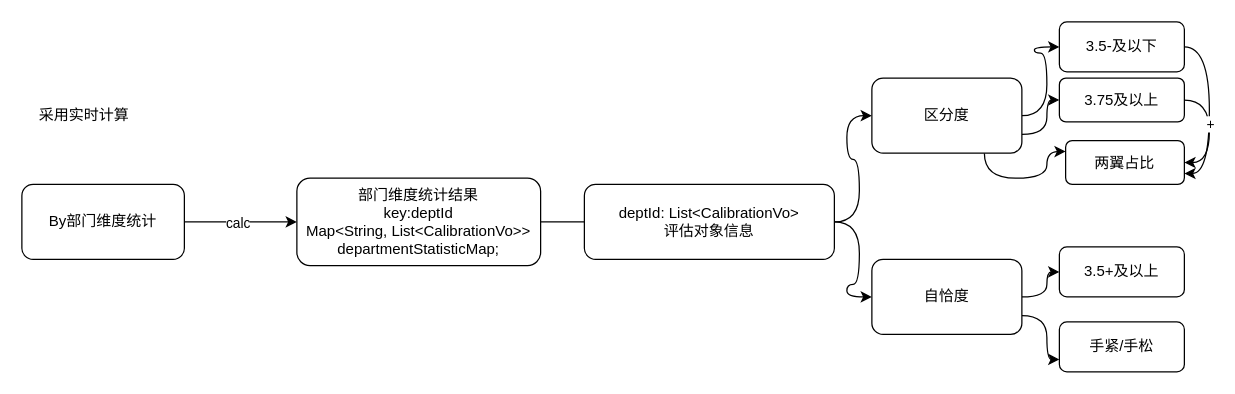
Above: page "第 8 页" (8 of 8) of Untitled Diagram.drawio in JnCaoxia/java-learn (draw.io), before the change. Source tidied: cells renumbered, new cells numbered last; positions are measured from the earlier drawing's top-left corner, leaving out a move shared by most shapes. Both pictures are drawn from the tidied source at 125%, with x=0, y=0 at pixel (21, 21).
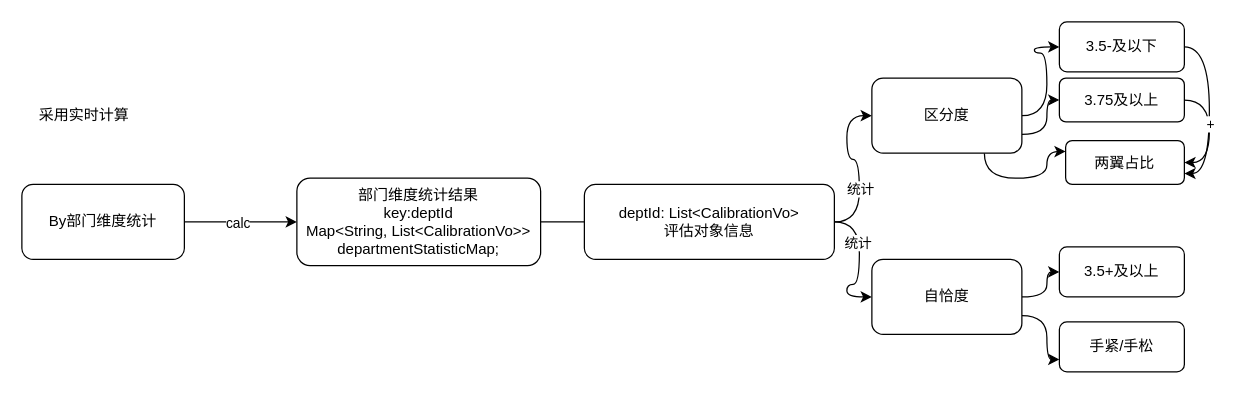
After the change.

Unchanged cells that the change refers to:
```xml
<mxCell id="7" style="edgeStyle=orthogonalEdgeStyle;curved=1;rounded=0;jettySize=auto;html=1;exitX=1;exitY=0.5;exitDx=0;exitDy=0;entryX=0;entryY=0.5;entryDx=0;entryDy=0;" parent="1" edge="1" source="9" target="14">
  <mxGeometry relative="1" as="geometry" />
</mxCell>
<mxCell id="8" style="edgeStyle=orthogonalEdgeStyle;curved=1;rounded=0;jettySize=auto;html=1;exitX=1;exitY=0.5;exitDx=0;exitDy=0;entryX=0;entryY=0.5;entryDx=0;entryDy=0;" parent="1" edge="1" source="9" target="17">
  <mxGeometry relative="1" as="geometry" />
</mxCell>
```

What changed in the source:
```diff
@@
+    <mxCell id="26" value="统计" style="edgeLabel;html=1;align=center;verticalAlign=middle;" parent="7" vertex="1">
+      <mxGeometry x="-0.3" relative="1" as="geometry" />
+    </mxCell>
@@
+    <mxCell id="27" value="统计" style="edgeLabel;html=1;align=center;verticalAlign=middle;" parent="8" vertex="1">
+      <mxGeometry x="-0.35" y="-2" relative="1" as="geometry" />
+    </mxCell>
```
